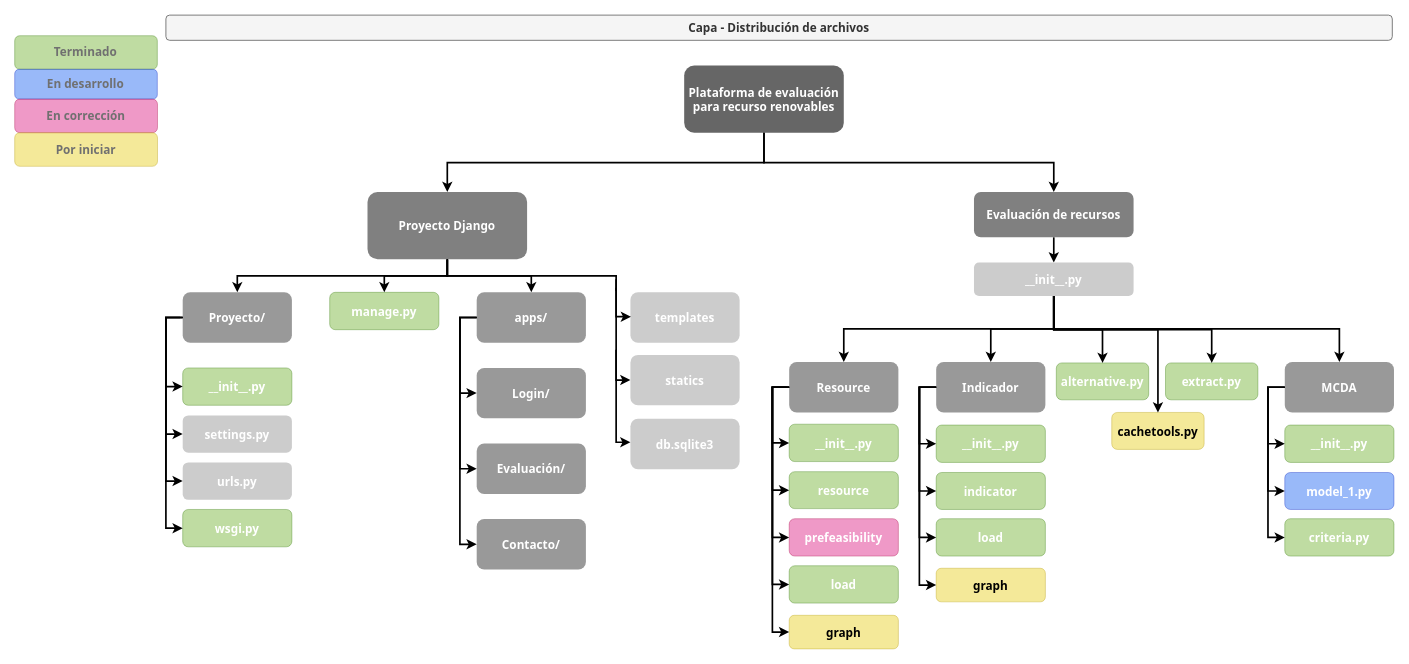
Earlier version of the draw.io diagram page "Files" (1 of 2) of Repo/Desarrollo/Estructura.drawio (MateoBarrera/ResearchDev). Source tidied: cells renumbered, new cells numbered last; positions are measured from the earlier drawing's top-left corner, leaving out a move shared by most shapes. Both pictures are drawn from the tidied source at 84%, with x=0, y=0 at pixel (14, 15).
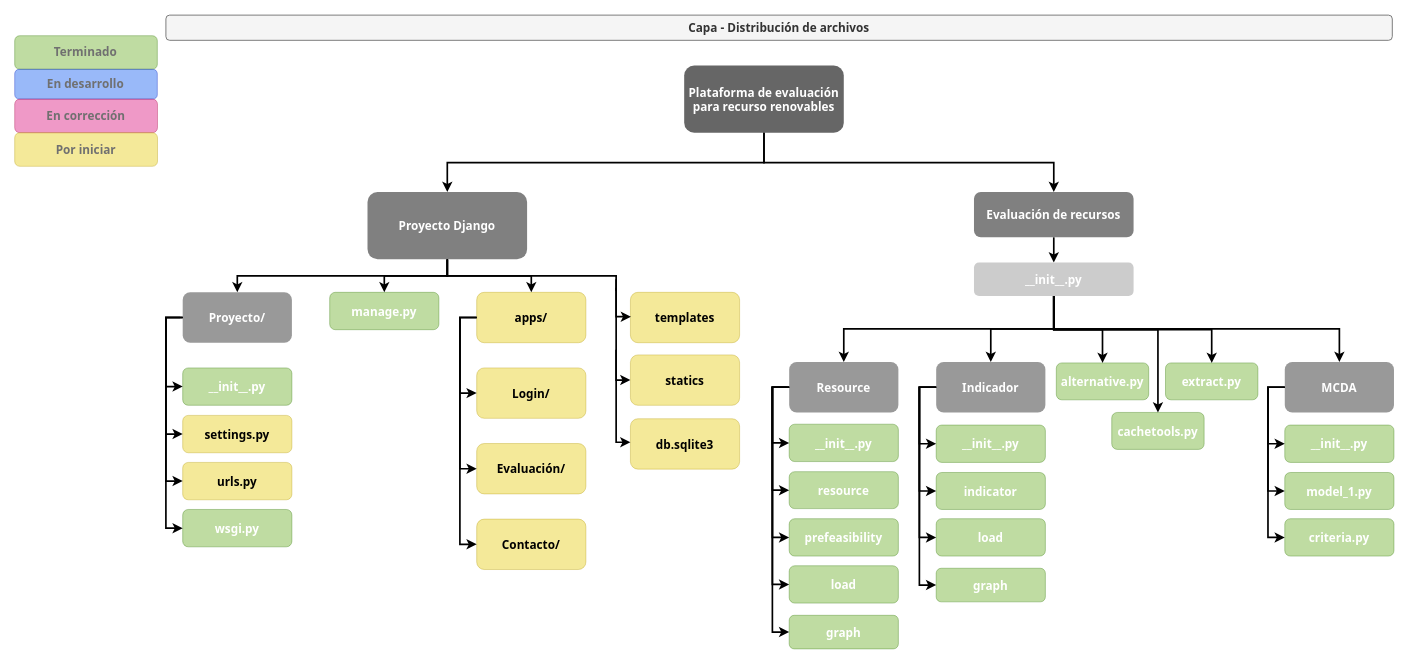
Above is the later version.

The change refers to these unchanged cells:
```xml
<mxCell id="41" style="group;" parent="1" vertex="1">
  <mxGeometry x="716" y="329.5" width="147" height="210.5" as="geometry" />
</mxCell>
```

Diff of the diagram source:
```diff
@@
-    <mxCell id="9" value="settings.py" style="rounded=1;fillColor=#CCCCCC;gradientColor=none;strokeColor=none;fontColor=#FFFFFF;fontStyle=1;fontFamily=Tahoma;fontSize=14;" parent="1" vertex="1">
+    <mxCell id="9" value="settings.py" style="rounded=1;fillColor=#e3c800;gradientColor=none;strokeColor=#B09500;fontColor=#000000;fontStyle=1;fontFamily=Tahoma;fontSize=14;opacity=40;" parent="1" vertex="1">
       <mxGeometry x="200" y="476" width="130" height="44.5" as="geometry" />
     </mxCell>
-    <mxCell id="10" value="urls.py" style="rounded=1;fillColor=#CCCCCC;gradientColor=none;strokeColor=none;fontColor=#FFFFFF;fontStyle=1;fontFamily=Tahoma;fontSize=14;" parent="1" vertex="1">
+    <mxCell id="10" value="urls.py" style="rounded=1;fillColor=#e3c800;gradientColor=none;strokeColor=#B09500;fontColor=#000000;fontStyle=1;fontFamily=Tahoma;fontSize=14;opacity=40;" parent="1" vertex="1">
       <mxGeometry x="200" y="532" width="130" height="44.5" as="geometry" />
     </mxCell>
@@
-    <mxCell id="12" value="apps/" style="rounded=1;fillColor=#999999;gradientColor=none;strokeColor=none;fontColor=#FFFFFF;fontStyle=1;fontFamily=Tahoma;fontSize=14;" parent="1" vertex="1">
+    <mxCell id="12" value="apps/" style="rounded=1;fillColor=#e3c800;gradientColor=none;strokeColor=#B09500;fontColor=#000000;fontStyle=1;fontFamily=Tahoma;fontSize=14;opacity=40;" parent="1" vertex="1">
       <mxGeometry x="550" y="329.5" width="130" height="60" as="geometry" />
     </mxCell>
-    <mxCell id="13" value="Login/" style="rounded=1;fillColor=#999999;gradientColor=none;strokeColor=none;fontColor=#FFFFFF;fontStyle=1;fontFamily=Tahoma;fontSize=14;" parent="1" vertex="1">
+    <mxCell id="13" value="Login/" style="rounded=1;fillColor=#e3c800;gradientColor=none;strokeColor=#B09500;fontColor=#000000;fontStyle=1;fontFamily=Tahoma;fontSize=14;opacity=40;" parent="1" vertex="1">
       <mxGeometry x="550" y="419.5" width="130" height="60" as="geometry" />
     </mxCell>
-    <mxCell id="14" value="Evaluación/" style="rounded=1;fillColor=#999999;gradientColor=none;strokeColor=none;fontColor=#FFFFFF;fontStyle=1;fontFamily=Tahoma;fontSize=14;" parent="1" vertex="1">
+    <mxCell id="14" value="Evaluación/" style="rounded=1;fillColor=#e3c800;gradientColor=none;strokeColor=#B09500;fontColor=#000000;fontStyle=1;fontFamily=Tahoma;fontSize=14;opacity=40;" parent="1" vertex="1">
       <mxGeometry x="550" y="509.5" width="130" height="60" as="geometry" />
     </mxCell>
-    <mxCell id="15" value="Contacto/" style="rounded=1;fillColor=#999999;gradientColor=none;strokeColor=none;fontColor=#FFFFFF;fontStyle=1;fontFamily=Tahoma;fontSize=14;" parent="1" vertex="1">
+    <mxCell id="15" value="Contacto/" style="rounded=1;fillColor=#e3c800;gradientColor=none;strokeColor=#B09500;fontColor=#000000;fontStyle=1;fontFamily=Tahoma;fontSize=14;opacity=40;" parent="1" vertex="1">
       <mxGeometry x="550" y="599.5" width="130" height="60" as="geometry" />
     </mxCell>
@@
-    <mxCell id="19" value="prefeasibility" style="rounded=1;fillColor=#d80073;gradientColor=none;strokeColor=#A50040;fontColor=#ffffff;fontStyle=1;fontFamily=Tahoma;fontSize=14;opacity=40;" parent="1" vertex="1">
+    <mxCell id="19" value="prefeasibility" style="rounded=1;fillColor=#60a917;gradientColor=none;strokeColor=#2D7600;fontColor=#ffffff;fontStyle=1;fontFamily=Tahoma;fontSize=14;opacity=40;" parent="1" vertex="1">
       <mxGeometry x="922" y="599" width="130" height="44.5" as="geometry" />
     </mxCell>
@@
-    <mxCell id="42" value="db.sqlite3" style="rounded=1;fillColor=#CCCCCC;gradientColor=none;strokeColor=none;fontColor=#FFFFFF;fontStyle=1;fontFamily=Tahoma;fontSize=14;" parent="41" vertex="1">
+    <mxCell id="42" value="db.sqlite3" style="rounded=1;fillColor=#e3c800;gradientColor=none;strokeColor=#B09500;fontColor=#000000;fontStyle=1;fontFamily=Tahoma;fontSize=14;opacity=40;" parent="41" vertex="1">
       <mxGeometry x="17" y="150.5" width="130" height="60" as="geometry" />
     </mxCell>
@@
-    <mxCell id="44" value="templates" style="rounded=1;fillColor=#CCCCCC;gradientColor=none;strokeColor=none;fontColor=#FFFFFF;fontStyle=1;fontFamily=Tahoma;fontSize=14;" parent="41" vertex="1">
+    <mxCell id="44" value="templates" style="rounded=1;fillColor=#e3c800;gradientColor=none;strokeColor=#B09500;fontColor=#000000;fontStyle=1;fontFamily=Tahoma;fontSize=14;opacity=40;" parent="41" vertex="1">
       <mxGeometry x="17" width="130" height="60" as="geometry" />
     </mxCell>
-    <mxCell id="45" value="statics" style="rounded=1;fillColor=#CCCCCC;gradientColor=none;strokeColor=none;fontColor=#FFFFFF;fontStyle=1;fontFamily=Tahoma;fontSize=14;" parent="41" vertex="1">
+    <mxCell id="45" value="statics" style="rounded=1;fillColor=#e3c800;gradientColor=none;strokeColor=#B09500;fontColor=#000000;fontStyle=1;fontFamily=Tahoma;fontSize=14;opacity=40;" parent="41" vertex="1">
       <mxGeometry x="17" y="74.5" width="130" height="60" as="geometry" />
     </mxCell>
@@
-    <mxCell id="51" value="graph" style="rounded=1;fillColor=#e3c800;gradientColor=none;strokeColor=#B09500;fontColor=#000000;fontStyle=1;fontFamily=Tahoma;fontSize=14;verticalAlign=middle;opacity=40;" parent="1" vertex="1">
+    <mxCell id="51" value="graph" style="rounded=1;fillColor=#60a917;gradientColor=none;strokeColor=#2D7600;fontColor=#ffffff;fontStyle=1;fontFamily=Tahoma;fontSize=14;verticalAlign=middle;opacity=40;" parent="1" vertex="1">
       <mxGeometry x="922" y="714" width="130" height="40" as="geometry" />
     </mxCell>
@@
-    <mxCell id="59" value="graph" style="rounded=1;fillColor=#e3c800;gradientColor=none;strokeColor=#B09500;fontColor=#000000;fontStyle=1;fontFamily=Tahoma;fontSize=14;verticalAlign=middle;opacity=40;" parent="1" vertex="1">
+    <mxCell id="59" value="graph" style="rounded=1;fillColor=#60a917;gradientColor=none;strokeColor=#2D7600;fontColor=#ffffff;fontStyle=1;fontFamily=Tahoma;fontSize=14;verticalAlign=middle;opacity=40;" parent="1" vertex="1">
       <mxGeometry x="1097" y="658" width="130" height="40" as="geometry" />
     </mxCell>
@@
-    <mxCell id="63" value="model_1.py" style="rounded=1;fillColor=#0050ef;gradientColor=none;strokeColor=#001DBC;fontColor=#ffffff;fontStyle=1;fontFamily=Tahoma;fontSize=14;opacity=40;" parent="1" vertex="1">
+    <mxCell id="63" value="model_1.py" style="rounded=1;fillColor=#60a917;gradientColor=none;strokeColor=#2D7600;fontColor=#ffffff;fontStyle=1;fontFamily=Tahoma;fontSize=14;opacity=40;" parent="1" vertex="1">
       <mxGeometry x="1512" y="544" width="130" height="44" as="geometry" />
     </mxCell>
@@
-    <mxCell id="84" value="cachetools.py" style="rounded=1;fillColor=#e3c800;gradientColor=none;strokeColor=#B09500;fontColor=#000000;fontStyle=1;fontFamily=Tahoma;fontSize=14;opacity=40;" parent="1" vertex="1">
+    <mxCell id="84" value="cachetools.py" style="rounded=1;fillColor=#60a917;gradientColor=none;strokeColor=#2D7600;fontColor=#ffffff;fontStyle=1;fontFamily=Tahoma;fontSize=14;opacity=40;" parent="1" vertex="1">
       <mxGeometry x="1306" y="472.5" width="110" height="44" as="geometry" />
     </mxCell>
```
